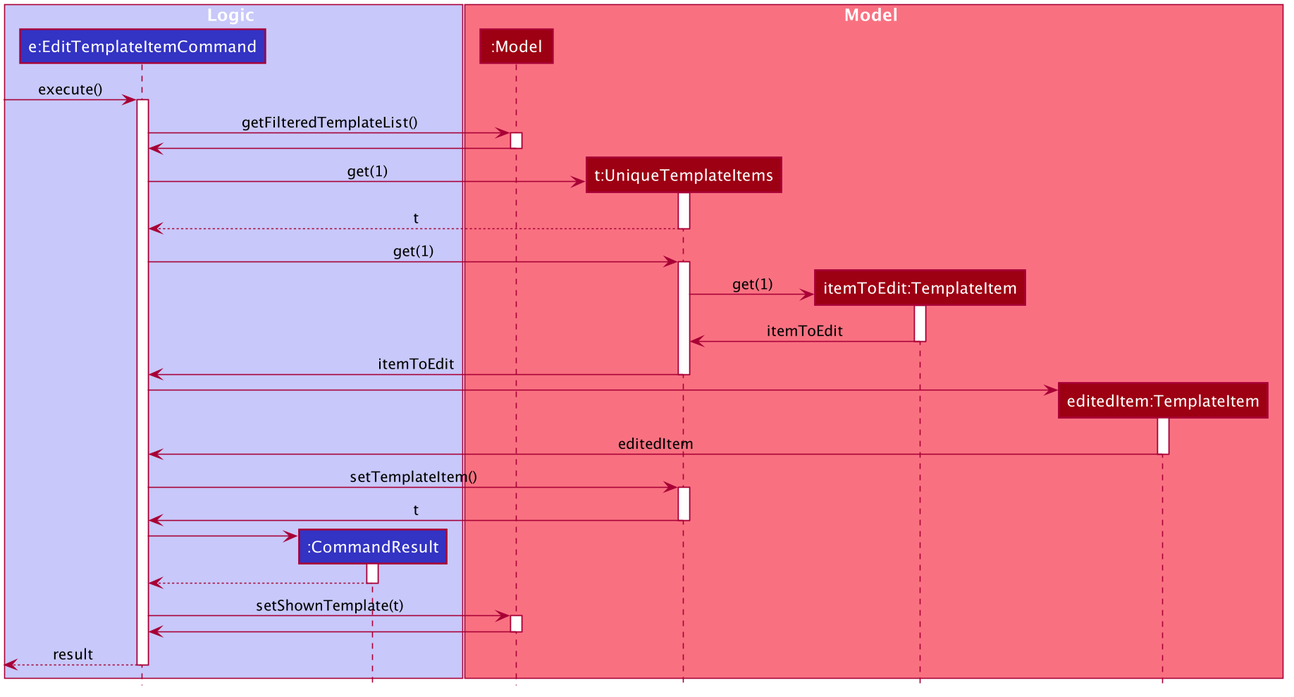
Earlier version of the PlantUML export docs/images/EditTemplateItemSequenceDiagram3.png (nus-cs2103-AY1920S1/addressbook-level3).
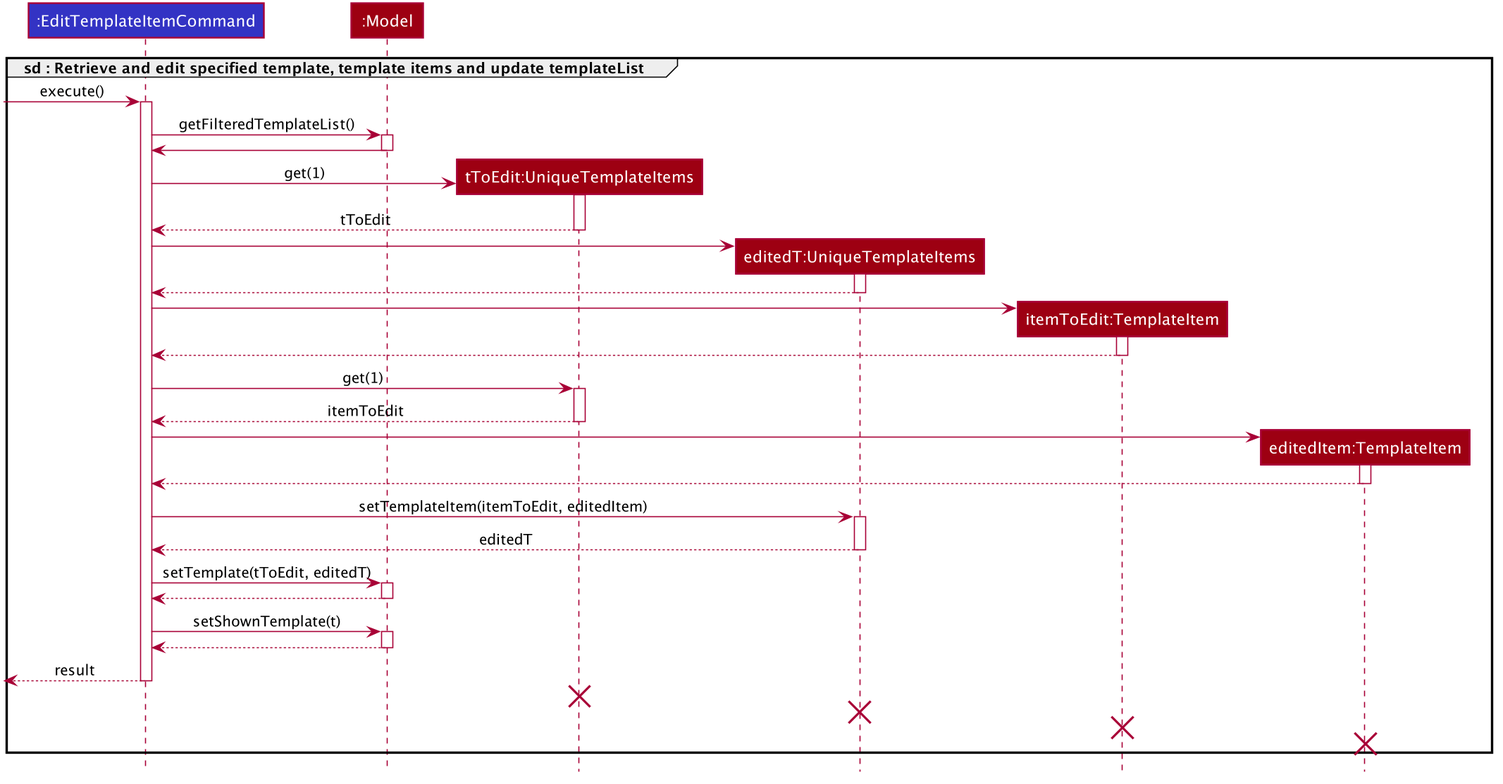
Later version of the same file.

Commit message:
Edit sequence diagram

Change to the diagram source:
```diff
@@ -48,18 +48,14 @@
 hide members
 hide circle
 
-box Logic #C8C8FA
-participant "e:EditTemplateItemCommand" as EditTemplateItemCommand #3333C4
-participant ":CommandResult" as CommandResult #3333C4
-end box
+group sd : Retrieve and edit specified template, template items and update templateList
+participant ":EditTemplateItemCommand" as EditTemplateItemCommand #3333C4
 
-box Model #F97181
 participant ":Model" as Model #9D0012
-participant "t:UniqueTemplateItems" as UniqueTemplateItems #9D0012
+participant "tToEdit:UniqueTemplateItems" as tToEdit #9D0012
+participant "editedT:UniqueTemplateItems" as editedT #9D0012
 participant "itemToEdit:TemplateItem" as itemToEdit #9D0012
 participant "editedItem:TemplateItem" as editedItem #9D0012
-
-end box
 
 [-> EditTemplateItemCommand : execute()
 activate EditTemplateItemCommand
@@ -70,52 +66,71 @@
 Model -> EditTemplateItemCommand
 deactivate Model
 
-create UniqueTemplateItems
-EditTemplateItemCommand -> UniqueTemplateItems : get(1)
-activate UniqueTemplateItems
+create tToEdit
+EditTemplateItemCommand -> tToEdit : get(1)
+activate tToEdit
 
-UniqueTemplateItems --> EditTemplateItemCommand : t
-deactivate UniqueTemplateItems
+tToEdit --> EditTemplateItemCommand : tToEdit
+deactivate tToEdit
 
-EditTemplateItemCommand -> UniqueTemplateItems : get(1)
-activate UniqueTemplateItems
+create editedT
+EditTemplateItemCommand -> editedT
+activate editedT
+
+editedT --> EditTemplateItemCommand
+deactivate editedT
 
 create itemToEdit
-UniqueTemplateItems -> itemToEdit : get(1)
+EditTemplateItemCommand -> itemToEdit
 activate itemToEdit
 
-itemToEdit -> UniqueTemplateItems : itemToEdit
+itemToEdit --> EditTemplateItemCommand
 deactivate itemToEdit
 
-UniqueTemplateItems -> EditTemplateItemCommand: itemToEdit
-deactivate UniqueTemplateItems
+EditTemplateItemCommand -> tToEdit : get(1)
+activate tToEdit
+
+tToEdit --> EditTemplateItemCommand: itemToEdit
+deactivate tToEdit
 
 create editedItem
 EditTemplateItemCommand -> editedItem
 activate editedItem
 
-editedItem -> EditTemplateItemCommand : editedItem
+editedItem --> EditTemplateItemCommand
 deactivate editedItem
 
-EditTemplateItemCommand -> UniqueTemplateItems: setTemplateItem()
-activate UniqueTemplateItems
+EditTemplateItemCommand -> editedT: setTemplateItem(itemToEdit, editedItem)
+activate editedT
 
-UniqueTemplateItems -> EditTemplateItemCommand: t
-deactivate UniqueTemplateItems
+editedT --> EditTemplateItemCommand: editedT
+deactivate editedT
 
-create CommandResult
-EditTemplateItemCommand -> CommandResult
-activate CommandResult
+EditTemplateItemCommand -> Model: setTemplate(tToEdit, editedT)
+activate Model
 
-CommandResult --> EditTemplateItemCommand
-deactivate CommandResult
+Model --> EditTemplateItemCommand
+deactivate Model
 
 EditTemplateItemCommand -> Model: setShownTemplate(t)
 activate Model
 
-Model -> EditTemplateItemCommand
+Model --> EditTemplateItemCommand
 deactivate Model
 
 [<--EditTemplateItemCommand: result
 deactivate EditTemplateItemCommand
+
+tToEdit -[hidden]-> EditTemplateItemCommand
+destroy tToEdit
+
+editedT -[hidden]-> EditTemplateItemCommand
+destroy editedT
+
+itemToEdit -[hidden]-> EditTemplateItemCommand
+destroy itemToEdit
+
+editedItem -[hidden]-> EditTemplateItemCommand
+destroy editedItem
+end
 @enduml
```
